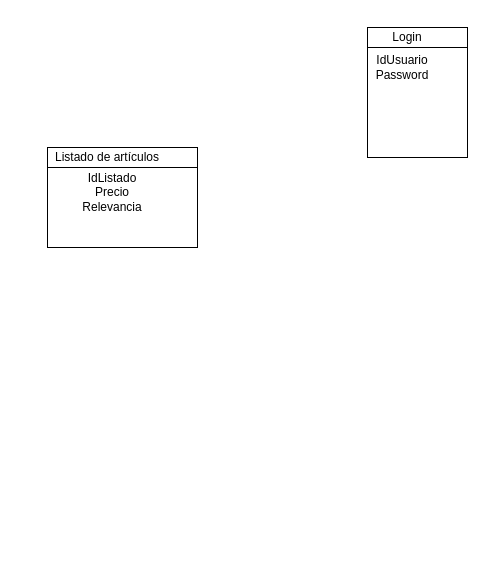
Above: Untitled Diagram.drawio in saaleze95/Jap (draw.io), before the change. Source tidied: cells renumbered, new cells numbered last; positions are measured from the earlier drawing's top-left corner, leaving out a move shared by most shapes. Both pictures are drawn from the tidied source at 100%, with x=0, y=0 at pixel (17, 17).
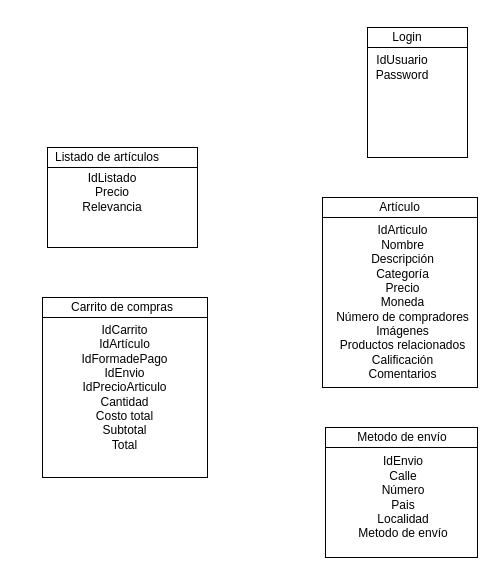
The same page after the edit.

Change to the diagram source:
```diff
@@
 <mxGraphModel>
   <root>
     <mxCell id="0" />
     <mxCell id="1" parent="0" />
     <mxCell id="2" style="shape=internalStorage;whiteSpace=wrap;html=1;backgroundOutline=1;dx=0;dy=20;" parent="1" vertex="1">
       <mxGeometry x="350" y="10" width="100" height="130" as="geometry" />
     </mxCell>
     <mxCell id="3" value="Login" style="text;html=1;strokeColor=none;fillColor=none;align=center;verticalAlign=middle;whiteSpace=wrap;rounded=0;" parent="1" vertex="1">
       <mxGeometry x="330" y="10" width="120" height="20" as="geometry" />
     </mxCell>
     <mxCell id="4" value="IdUsuario&lt;br&gt;Password" style="text;html=1;strokeColor=none;fillColor=none;align=center;verticalAlign=middle;whiteSpace=wrap;rounded=0;" parent="1" vertex="1">
       <mxGeometry x="320" width="130" height="100" as="geometry" />
     </mxCell>
     <mxCell id="5" style="shape=internalStorage;whiteSpace=wrap;html=1;backgroundOutline=1;dx=0;dy=20;" parent="1" vertex="1">
       <mxGeometry x="30" y="130" width="150" height="100" as="geometry" />
     </mxCell>
     <mxCell id="6" value="Listado de artículos" style="text;html=1;strokeColor=none;fillColor=none;align=center;verticalAlign=middle;whiteSpace=wrap;rounded=0;" parent="1" vertex="1">
       <mxGeometry y="130" width="180" height="20" as="geometry" />
     </mxCell>
     <mxCell id="7" value="IdListado&lt;br&gt;Precio&lt;br&gt;Relevancia" style="text;html=1;strokeColor=none;fillColor=none;align=center;verticalAlign=middle;whiteSpace=wrap;rounded=0;" parent="1" vertex="1">
       <mxGeometry x="20" y="150" width="150" height="50" as="geometry" />
     </mxCell>
+    <mxCell id="8" style="shape=internalStorage;whiteSpace=wrap;html=1;backgroundOutline=1;dx=0;dy=20;" parent="1" vertex="1">
+      <mxGeometry x="305" y="180" width="155" height="190" as="geometry" />
+    </mxCell>
+    <mxCell id="9" value="Artículo" style="text;html=1;strokeColor=none;fillColor=none;align=center;verticalAlign=middle;whiteSpace=wrap;rounded=0;" parent="1" vertex="1">
+      <mxGeometry x="305" y="180" width="155" height="20" as="geometry" />
+    </mxCell>
+    <mxCell id="10" value="IdArticulo&lt;br&gt;Nombre&lt;br&gt;Descripción&lt;br&gt;Categoría&lt;br&gt;Precio&lt;br&gt;Moneda&lt;br&gt;Número de compradores&lt;br&gt;Imágenes&lt;br&gt;Productos relacionados&lt;br&gt;Calificación&lt;br&gt;Comentarios" style="text;html=1;strokeColor=none;fillColor=none;align=center;verticalAlign=middle;whiteSpace=wrap;rounded=0;" parent="1" vertex="1">
+      <mxGeometry x="308" y="140" width="155" height="290" as="geometry" />
+    </mxCell>
+    <mxCell id="11" style="shape=internalStorage;whiteSpace=wrap;html=1;backgroundOutline=1;dx=0;dy=20;" parent="1" vertex="1">
+      <mxGeometry x="25" y="280" width="165" height="180" as="geometry" />
+    </mxCell>
+    <mxCell id="12" value="Carrito de compras" style="text;html=1;strokeColor=none;fillColor=none;align=center;verticalAlign=middle;whiteSpace=wrap;rounded=0;" parent="1" vertex="1">
+      <mxGeometry x="20" y="280" width="170" height="20" as="geometry" />
+    </mxCell>
+    <mxCell id="13" value="IdCarrito&lt;br&gt;IdArtículo&lt;br&gt;IdFormadePago&lt;br&gt;IdEnvio&lt;br&gt;IdPrecioArticulo&lt;br&gt;Cantidad&lt;br&gt;Costo total&lt;br&gt;Subtotal&lt;br&gt;Total" style="text;html=1;strokeColor=none;fillColor=none;align=center;verticalAlign=middle;whiteSpace=wrap;rounded=0;" parent="1" vertex="1">
+      <mxGeometry x="25" y="320" width="165" height="100" as="geometry" />
+    </mxCell>
+    <mxCell id="14" style="shape=internalStorage;whiteSpace=wrap;html=1;backgroundOutline=1;dx=0;dy=20;" parent="1" vertex="1">
+      <mxGeometry x="308" y="410" width="152" height="130" as="geometry" />
+    </mxCell>
+    <mxCell id="15" value="Metodo de envío" style="text;html=1;strokeColor=none;fillColor=none;align=center;verticalAlign=middle;whiteSpace=wrap;rounded=0;" parent="1" vertex="1">
+      <mxGeometry x="310" y="410" width="150" height="20" as="geometry" />
+    </mxCell>
+    <mxCell id="16" value="IdEnvio&lt;br&gt;Calle&lt;br&gt;Número&lt;br&gt;Pais&lt;br&gt;Localidad&lt;br&gt;Metodo de envío" style="text;html=1;strokeColor=none;fillColor=none;align=center;verticalAlign=middle;whiteSpace=wrap;rounded=0;" parent="1" vertex="1">
+      <mxGeometry x="310.5" y="410" width="150" height="140" as="geometry" />
+    </mxCell>
   </root>
 </mxGraphModel>
```
